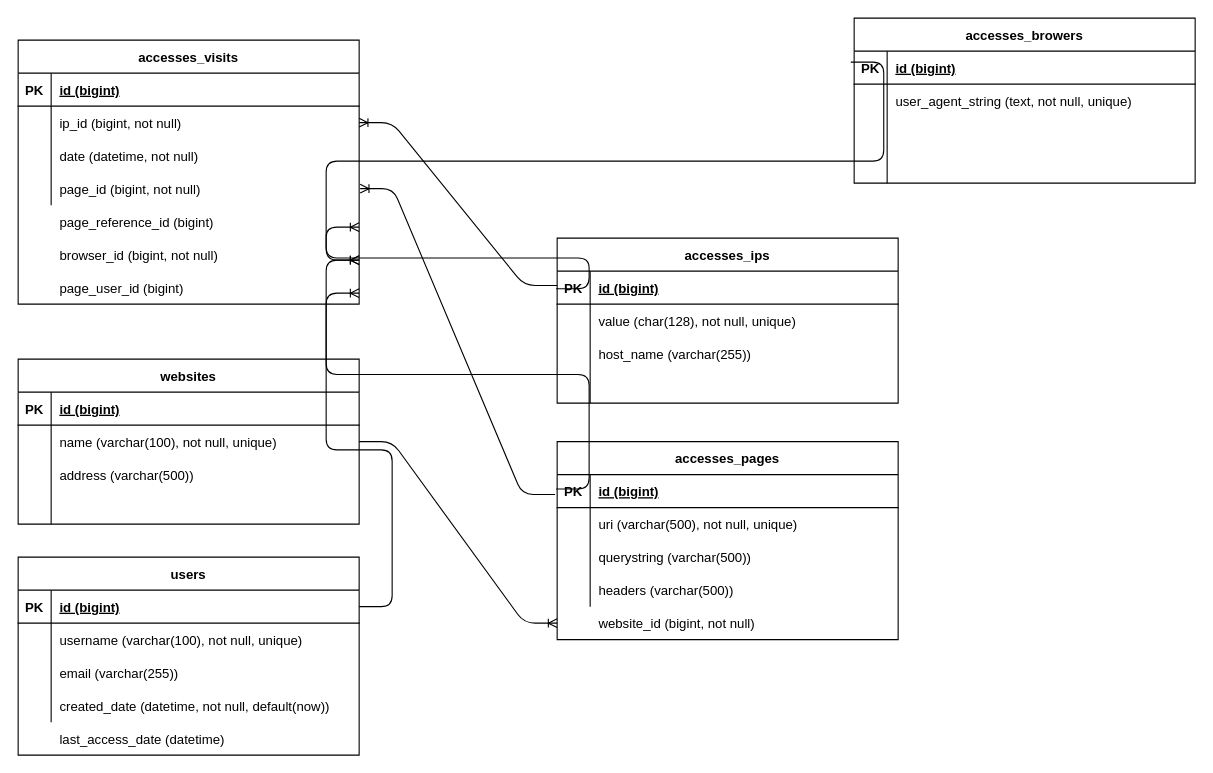
This is Project/Diagrams/entities.drawio from Magicianred/accesses_statistics_system, a draw.io file, before an edit. Source tidied: cells renumbered, new cells numbered last; positions are measured from the earlier drawing's top-left corner, leaving out a move shared by most shapes. Both pictures are drawn from the tidied source at 110%, with x=0, y=0 at pixel (18, 18).
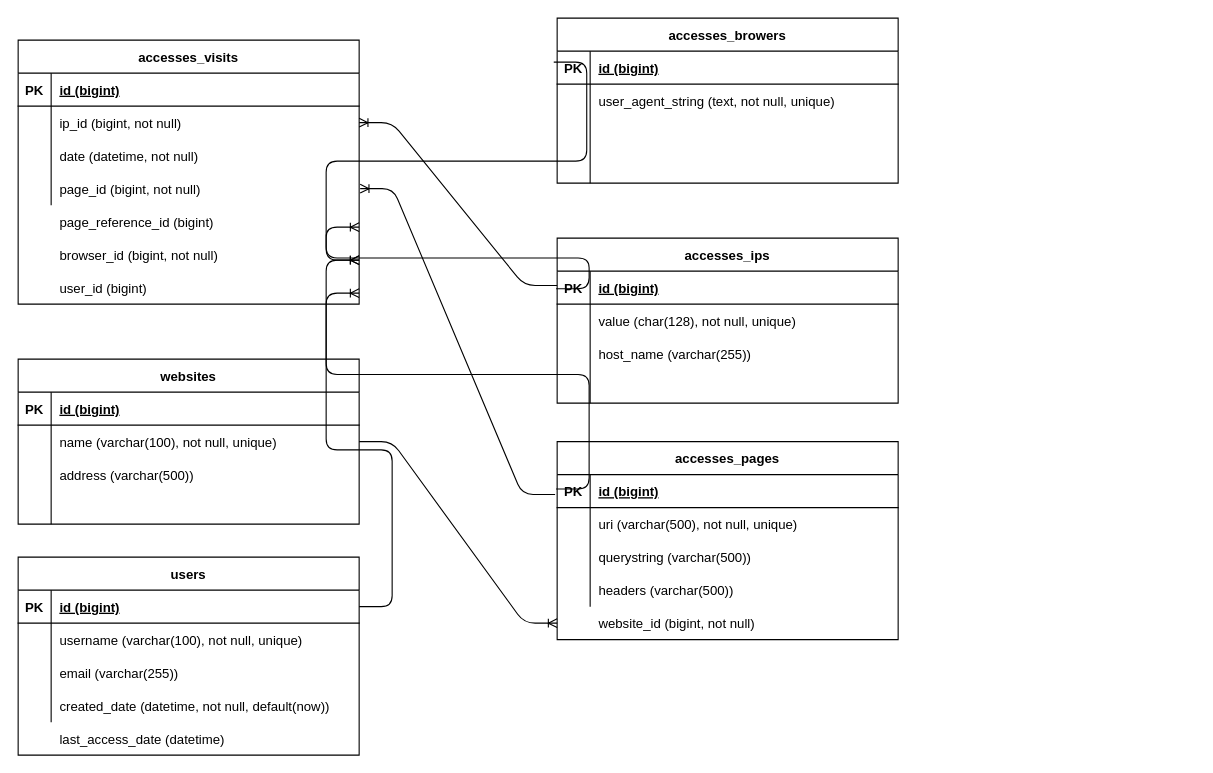
The same page after the edit.

Commit message (it also covers changes not shown here):
added xsd schema for access_visit entity

Unchanged cells that the change refers to:
```xml
<mxCell id="16" style="group;" parent="1" vertex="1">
  <mxGeometry y="20" width="310" height="240" as="geometry" />
</mxCell>
```

Diff of the diagram source:
```diff
@@
-    <mxCell id="31" value="page_user_id (bigint)" style="shape=partialRectangle;fillColor=none;top=0;left=0;bottom=0;right=0;align=left;spacingLeft=6;overflow=hidden;" parent="16" vertex="1">
+    <mxCell id="31" value="user_id (bigint)" style="shape=partialRectangle;fillColor=none;top=0;left=0;bottom=0;right=0;align=left;spacingLeft=6;overflow=hidden;" parent="16" vertex="1">
       <mxGeometry x="30" y="210" width="280" height="30" as="geometry" />
     </mxCell>
@@
     <mxCell id="79" value="accesses_browers" style="shape=table;startSize=30;childLayout=tableLayout;rowLines=0;fontStyle=1;align=center;" parent="1" vertex="1">
-      <mxGeometry x="760" width="310" height="150" as="geometry" />
+      <mxGeometry x="490" width="310" height="150" as="geometry" />
     </mxCell>
```
